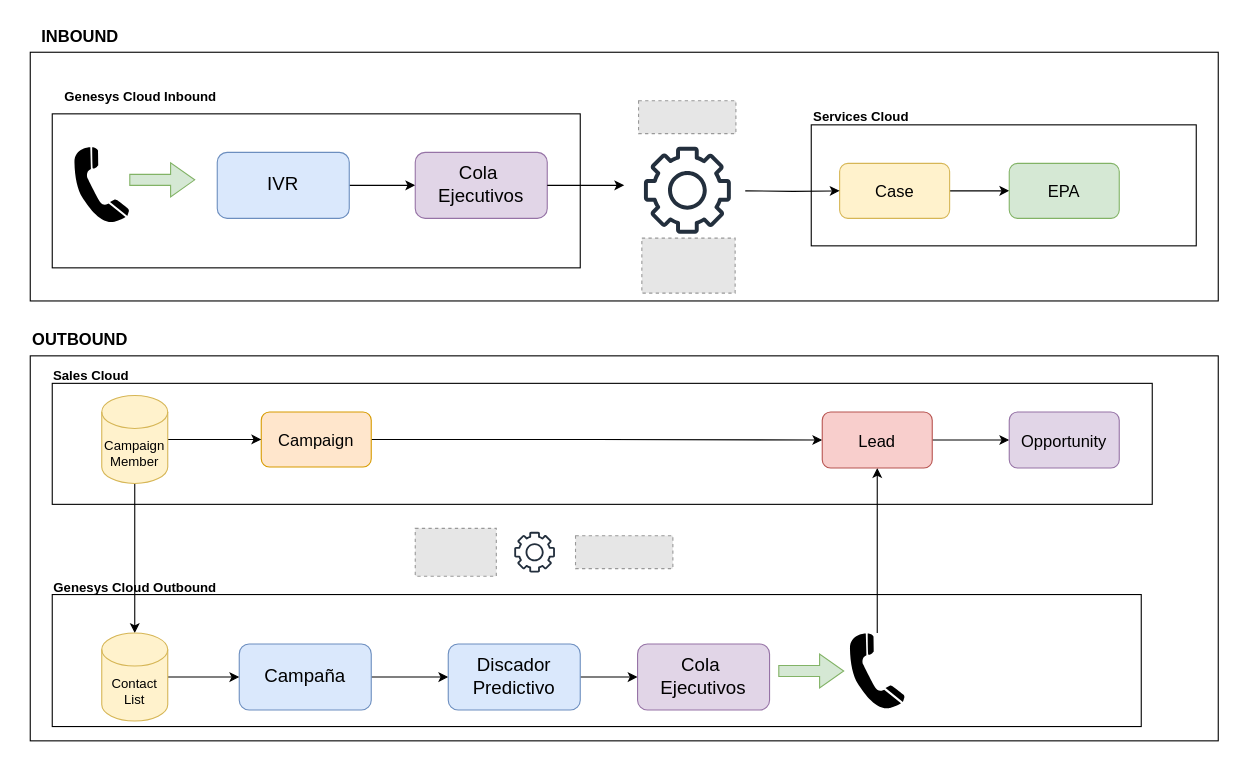
Earlier version of the draw.io diagram ppt.drawio (nonate/personalProject). Source tidied: cells renumbered, new cells numbered last; positions are measured from the earlier drawing's top-left corner, leaving out a move shared by most shapes. Both pictures are drawn from the tidied source at 110%, with x=0, y=0 at pixel (19, 19). Pictures stored in the file or linked from it are replaced by grey dashed boxes.
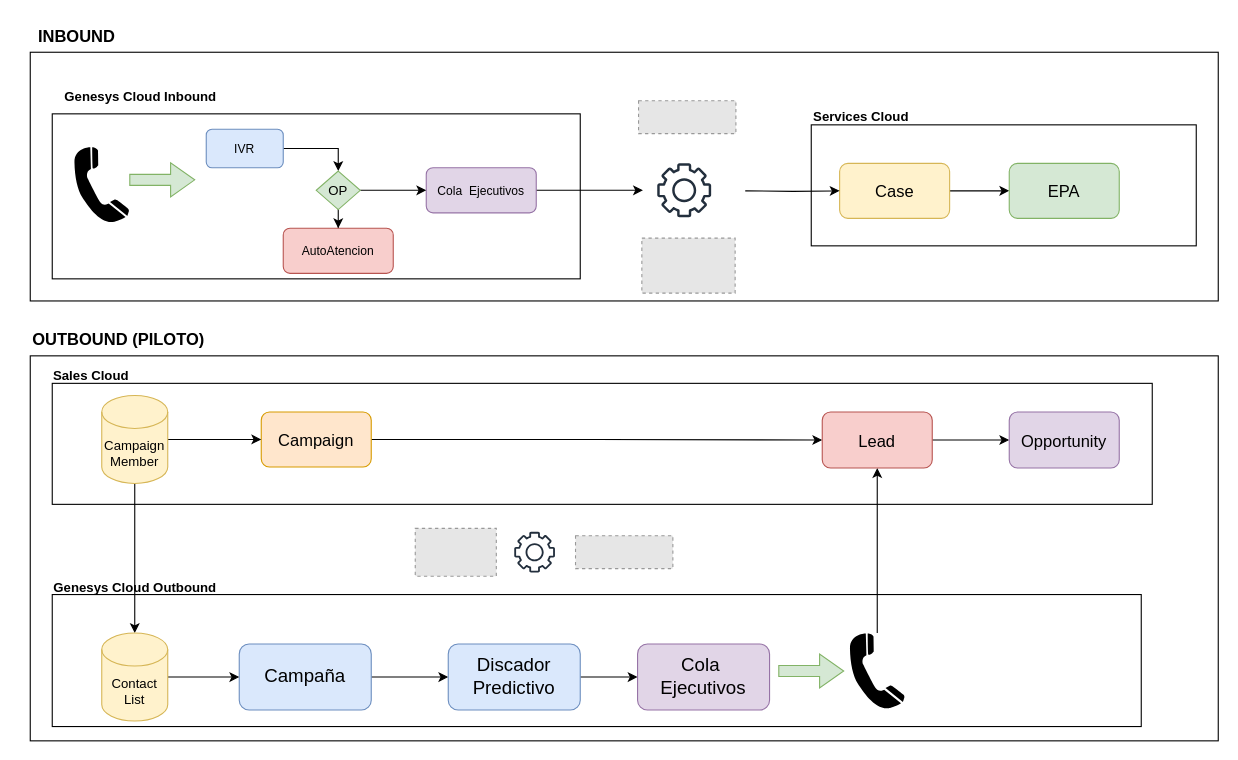
The same diagram, later.

What changed in the source:
```diff
@@
     <mxCell id="5" style="rounded=0;whiteSpace=wrap;html=1;" parent="1" vertex="1">
-      <mxGeometry x="30" y="86" width="480" height="140" as="geometry" />
+      <mxGeometry x="30" y="86" width="480" height="150" as="geometry" />
     </mxCell>
@@
-    <mxCell id="14" style="edgeStyle=orthogonalEdgeStyle;rounded=0;jettySize=auto;html=1;" parent="1" edge="1" source="15" target="16">
-      <mxGeometry relative="1" as="geometry" />
-    </mxCell>
+    <mxCell id="48" style="edgeStyle=orthogonalEdgeStyle;rounded=0;jettySize=auto;html=1;entryX=0.5;entryY=0;entryDx=0;entryDy=0;" parent="1" edge="1" source="15" target="52">
+      <mxGeometry relative="1" as="geometry" />
+    </mxCell>
-    <mxCell id="15" value="&lt;font style=&quot;font-size: 17px;&quot;&gt;IVR&lt;/font&gt;" style="rounded=1;whiteSpace=wrap;html=1;fillColor=#dae8fc;strokeColor=#6c8ebf;" parent="1" vertex="1">
-      <mxGeometry x="180" y="121" width="120" height="60" as="geometry" />
+    <mxCell id="15" value="&lt;font style=&quot;font-size: 11px;&quot;&gt;IVR&lt;/font&gt;" style="rounded=1;whiteSpace=wrap;html=1;fillColor=#dae8fc;strokeColor=#6c8ebf;fontSize=11;" parent="1" vertex="1">
+      <mxGeometry x="170" y="100" width="70" height="35" as="geometry" />
     </mxCell>
+    <mxCell id="49" style="edgeStyle=orthogonalEdgeStyle;rounded=0;orthogonalLoop=1;jettySize=auto;html=1;" parent="1" edge="1">
+      <mxGeometry relative="1" as="geometry">
+        <mxPoint x="457" y="155.5" as="sourcePoint" />
+        <mxPoint x="567" y="155.5" as="targetPoint" />
+      </mxGeometry>
+    </mxCell>
-    <mxCell id="16" value="&lt;font style=&quot;font-size: 17px;&quot;&gt;Cola&amp;nbsp; Ejecutivos&lt;/font&gt;" style="rounded=1;whiteSpace=wrap;html=1;fillColor=#e1d5e7;strokeColor=#9673a6;" parent="1" vertex="1">
-      <mxGeometry x="360" y="121" width="120" height="60" as="geometry" />
+    <mxCell id="16" value="&lt;font style=&quot;font-size: 11px;&quot;&gt;Cola&amp;nbsp; Ejecutivos&lt;/font&gt;" style="rounded=1;whiteSpace=wrap;html=1;fillColor=#e1d5e7;strokeColor=#9673a6;fontSize=11;" parent="1" vertex="1">
+      <mxGeometry x="370" y="135" width="100" height="41" as="geometry" />
     </mxCell>
@@
-    <mxCell id="32" style="edgeStyle=orthogonalEdgeStyle;rounded=0;jettySize=auto;html=1;" parent="1" edge="1" source="16">
-      <mxGeometry relative="1" as="geometry">
-        <mxPoint x="550" y="151" as="targetPoint" />
-      </mxGeometry>
-    </mxCell>
     <mxCell id="33" style="sketch=0;fontColor=#232F3E;gradientColor=none;fillColor=#232F3D;strokeColor=none;dashed=0;verticalLabelPosition=bottom;verticalAlign=top;align=center;html=1;fontSize=12;fontStyle=0;shape=mxgraph.aws4.gear;" parent="1" vertex="1">
-      <mxGeometry x="567.9" y="116" width="79" height="79" as="geometry" />
+      <mxGeometry x="580" y="131" width="49" height="49" as="geometry" />
     </mxCell>
@@
     <mxCell id="46" value="INBOUND" style="text;html=1;align=center;verticalAlign=middle;strokeColor=none;fillColor=none;fontStyle=1;fontSize=15;" parent="1" vertex="1">
-      <mxGeometry x="10" width="90" height="30" as="geometry" />
+      <mxGeometry x="7" width="90" height="30" as="geometry" />
     </mxCell>
-    <mxCell id="47" value="OUTBOUND" style="text;html=1;align=center;verticalAlign=middle;strokeColor=none;fillColor=none;fontStyle=1;fontSize=15;" parent="1" vertex="1">
-      <mxGeometry y="276" width="110" height="30" as="geometry" />
+    <mxCell id="47" value="OUTBOUND (PILOTO)" style="text;html=1;align=center;verticalAlign=middle;strokeColor=none;fillColor=none;fontStyle=1;fontSize=15;" parent="1" vertex="1">
+      <mxGeometry y="276" width="180" height="30" as="geometry" />
     </mxCell>
+    <mxCell id="50" style="edgeStyle=orthogonalEdgeStyle;rounded=0;jettySize=auto;html=1;" parent="1" edge="1" source="52" target="16">
+      <mxGeometry relative="1" as="geometry" />
+    </mxCell>
+    <mxCell id="51" style="edgeStyle=orthogonalEdgeStyle;rounded=0;jettySize=auto;html=1;entryX=0.5;entryY=0;entryDx=0;entryDy=0;" parent="1" edge="1" source="52" target="53">
+      <mxGeometry relative="1" as="geometry" />
+    </mxCell>
+    <mxCell id="52" value="OP" style="rhombus;whiteSpace=wrap;html=1;fillColor=#d5e8d4;strokeColor=#82b366;" parent="1" vertex="1">
+      <mxGeometry x="270" y="138" width="40" height="35" as="geometry" />
+    </mxCell>
+    <mxCell id="53" value="&lt;font style=&quot;font-size: 11px;&quot;&gt;AutoAtencion&lt;/font&gt;" style="rounded=1;whiteSpace=wrap;html=1;fillColor=#f8cecc;strokeColor=#b85450;fontSize=11;" parent="1" vertex="1">
+      <mxGeometry x="240" y="190" width="100" height="41" as="geometry" />
+    </mxCell>
```
